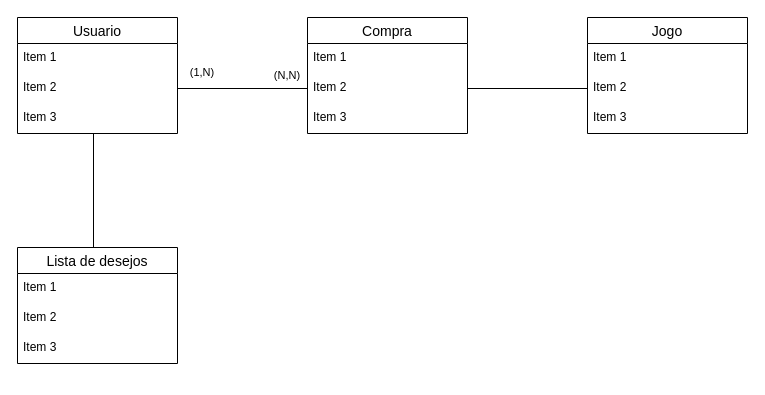
Earlier version of the draw.io diagram Diagrama de Relacionamento.drawio (JudilenaGalvao/API_Lojas_de_Jogos_Back). Source tidied: cells renumbered, new cells numbered last; positions are measured from the earlier drawing's top-left corner, leaving out a move shared by most shapes. Both pictures are drawn from the tidied source at 100%, with x=0, y=0 at pixel (17, 17).
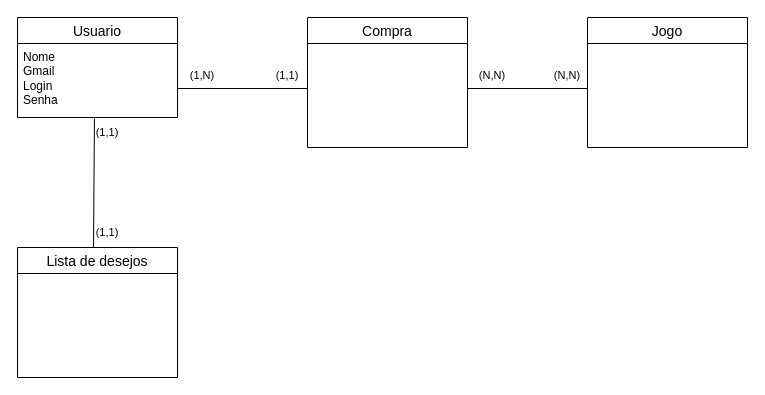
After the change.

What changed in the source:
```diff
@@
     <mxCell id="2" value="Jogo" style="swimlane;fontStyle=0;horizontal=1;startSize=26;align=center;fontSize=14;" parent="1" vertex="1">
-      <mxGeometry x="570" width="160" height="116" as="geometry" />
+      <mxGeometry x="570" width="160" height="130" as="geometry" />
     </mxCell>
-    <mxCell id="3" value="Item 1" style="text;strokeColor=none;fillColor=none;spacingLeft=4;spacingRight=4;overflow=hidden;fontSize=12;whiteSpace=wrap;html=1;" parent="2" vertex="1">
-      <mxGeometry y="26" width="160" height="30" as="geometry" />
-    </mxCell>
-    <mxCell id="4" value="Item 2" style="text;strokeColor=none;fillColor=none;spacingLeft=4;spacingRight=4;overflow=hidden;points=[[0,0.5],[1,0.5]];portConstraint=eastwest;fontSize=12;whiteSpace=wrap;html=1;" parent="2" vertex="1">
-      <mxGeometry y="56" width="160" height="30" as="geometry" />
-    </mxCell>
-    <mxCell id="5" value="Item 3" style="text;strokeColor=none;fillColor=none;spacingLeft=4;spacingRight=4;overflow=hidden;fontSize=12;whiteSpace=wrap;html=1;" parent="2" vertex="1">
-      <mxGeometry y="86" width="160" height="30" as="geometry" />
-    </mxCell>
     <mxCell id="6" value="Compra" style="swimlane;fontStyle=0;horizontal=1;startSize=26;align=center;fontSize=14;" parent="1" vertex="1">
-      <mxGeometry x="290" width="160" height="116" as="geometry" />
+      <mxGeometry x="290" width="160" height="130" as="geometry" />
     </mxCell>
-    <mxCell id="7" value="Item 1" style="text;strokeColor=none;fillColor=none;spacingLeft=4;spacingRight=4;overflow=hidden;fontSize=12;whiteSpace=wrap;html=1;" parent="6" vertex="1">
-      <mxGeometry y="26" width="160" height="30" as="geometry" />
-    </mxCell>
-    <mxCell id="8" value="Item 2" style="text;strokeColor=none;fillColor=none;spacingLeft=4;spacingRight=4;overflow=hidden;points=[[0,0.5],[1,0.5]];portConstraint=eastwest;fontSize=12;whiteSpace=wrap;html=1;" parent="6" vertex="1">
-      <mxGeometry y="56" width="160" height="30" as="geometry" />
-    </mxCell>
-    <mxCell id="9" value="Item 3" style="text;strokeColor=none;fillColor=none;spacingLeft=4;spacingRight=4;overflow=hidden;fontSize=12;whiteSpace=wrap;html=1;" parent="6" vertex="1">
-      <mxGeometry y="86" width="160" height="30" as="geometry" />
-    </mxCell>
     <mxCell id="10" value="Usuario" style="swimlane;fontStyle=0;horizontal=1;startSize=26;align=center;fontSize=14;" parent="1" vertex="1">
-      <mxGeometry width="160" height="116" as="geometry" />
+      <mxGeometry width="160" height="100" as="geometry" />
     </mxCell>
-    <mxCell id="11" value="Item 1" style="text;strokeColor=none;fillColor=none;spacingLeft=4;spacingRight=4;overflow=hidden;points=[[0,0.5],[1,0.5]];portConstraint=eastwest;fontSize=12;whiteSpace=wrap;html=1;" parent="10" vertex="1">
-      <mxGeometry y="26" width="160" height="30" as="geometry" />
+    <mxCell id="11" value="Nome&lt;br&gt;Gmail&lt;br&gt;Login&lt;br&gt;Senha" style="text;strokeColor=none;fillColor=none;spacingLeft=4;spacingRight=4;overflow=hidden;points=[[0,0.5],[1,0.5]];portConstraint=eastwest;fontSize=12;whiteSpace=wrap;html=1;" parent="10" vertex="1">
+      <mxGeometry y="26" width="160" height="74" as="geometry" />
     </mxCell>
-    <mxCell id="12" value="Item 2" style="text;strokeColor=none;fillColor=none;spacingLeft=4;spacingRight=4;overflow=hidden;points=[[0,0.5],[1,0.5]];portConstraint=eastwest;fontSize=12;whiteSpace=wrap;html=1;" parent="10" vertex="1">
-      <mxGeometry y="56" width="160" height="30" as="geometry" />
-    </mxCell>
-    <mxCell id="13" value="Item 3" style="text;strokeColor=none;fillColor=none;spacingLeft=4;spacingRight=4;overflow=hidden;points=[[0,0.5],[1,0.5]];portConstraint=eastwest;fontSize=12;whiteSpace=wrap;html=1;" parent="10" vertex="1">
-      <mxGeometry y="86" width="160" height="30" as="geometry" />
-    </mxCell>
-    <mxCell id="14" style="edgeStyle=orthogonalEdgeStyle;shape=connector;rounded=0;jettySize=auto;html=1;exitX=0.5;exitY=0;exitDx=0;exitDy=0;labelBackgroundColor=default;strokeColor=default;fontFamily=Helvetica;fontSize=11;fontColor=default;endArrow=none;endFill=0;" parent="1" edge="1" source="15" target="13">
+    <mxCell id="14" style="edgeStyle=orthogonalEdgeStyle;shape=connector;rounded=0;jettySize=auto;html=1;exitX=0.5;exitY=0;exitDx=0;exitDy=0;labelBackgroundColor=default;strokeColor=default;fontFamily=Helvetica;fontSize=11;fontColor=default;endArrow=none;endFill=0;entryX=0.481;entryY=1.014;entryDx=0;entryDy=0;entryPerimeter=0;" parent="1" edge="1" source="15" target="11">
       <mxGeometry relative="1" as="geometry">
         <Array as="points">
           <mxPoint x="76" y="230" />
         </Array>
       </mxGeometry>
     </mxCell>
     <mxCell id="15" value="Lista de desejos" style="swimlane;fontStyle=0;horizontal=1;startSize=26;align=center;fontSize=14;" parent="1" vertex="1">
-      <mxGeometry y="230" width="160" height="116" as="geometry" />
+      <mxGeometry y="230" width="160" height="130" as="geometry" />
     </mxCell>
-    <mxCell id="16" value="Item 1" style="text;strokeColor=none;fillColor=none;spacingLeft=4;spacingRight=4;overflow=hidden;fontSize=12;whiteSpace=wrap;html=1;" parent="15" vertex="1">
-      <mxGeometry y="26" width="160" height="30" as="geometry" />
-    </mxCell>
-    <mxCell id="17" value="Item 2" style="text;strokeColor=none;fillColor=none;spacingLeft=4;spacingRight=4;overflow=hidden;fontSize=12;whiteSpace=wrap;html=1;" parent="15" vertex="1">
-      <mxGeometry y="56" width="160" height="30" as="geometry" />
-    </mxCell>
-    <mxCell id="18" value="Item 3" style="text;strokeColor=none;fillColor=none;spacingLeft=4;spacingRight=4;overflow=hidden;fontSize=12;whiteSpace=wrap;html=1;" parent="15" vertex="1">
-      <mxGeometry y="86" width="160" height="30" as="geometry" />
-    </mxCell>
-    <mxCell id="19" style="edgeStyle=orthogonalEdgeStyle;rounded=0;jettySize=auto;html=1;exitX=1;exitY=0.5;exitDx=0;exitDy=0;entryX=0;entryY=0.5;entryDx=0;entryDy=0;endArrow=none;endFill=0;" parent="1" edge="1" source="12" target="8">
-      <mxGeometry relative="1" as="geometry" />
+    <mxCell id="19" style="edgeStyle=orthogonalEdgeStyle;rounded=0;orthogonalLoop=1;jettySize=auto;html=1;exitX=1;exitY=0.5;exitDx=0;exitDy=0;entryX=0;entryY=0.5;entryDx=0;entryDy=0;endArrow=none;endFill=0;" parent="1" edge="1">
+      <mxGeometry relative="1" as="geometry">
+        <mxPoint x="160" y="71" as="sourcePoint" />
+        <mxPoint x="290" y="71" as="targetPoint" />
+      </mxGeometry>
     </mxCell>
-    <mxCell id="20" style="edgeStyle=orthogonalEdgeStyle;shape=connector;rounded=0;jettySize=auto;html=1;exitX=1;exitY=0.5;exitDx=0;exitDy=0;labelBackgroundColor=default;strokeColor=default;fontFamily=Helvetica;fontSize=11;fontColor=default;endArrow=none;endFill=0;" parent="1" edge="1" source="8" target="4">
-      <mxGeometry relative="1" as="geometry" />
+    <mxCell id="20" style="edgeStyle=orthogonalEdgeStyle;shape=connector;rounded=0;orthogonalLoop=1;jettySize=auto;html=1;exitX=1;exitY=0.5;exitDx=0;exitDy=0;labelBackgroundColor=default;strokeColor=default;fontFamily=Helvetica;fontSize=11;fontColor=default;endArrow=none;endFill=0;" parent="1" edge="1">
+      <mxGeometry relative="1" as="geometry">
+        <mxPoint x="450" y="71" as="sourcePoint" />
+        <mxPoint x="570" y="71" as="targetPoint" />
+      </mxGeometry>
     </mxCell>
     <mxCell id="21" value="(1,N)" style="text;html=1;strokeColor=none;fillColor=none;align=center;verticalAlign=middle;whiteSpace=wrap;rounded=0;fontSize=11;fontFamily=Helvetica;fontColor=default;" parent="1" vertex="1">
-      <mxGeometry x="140" y="20" width="90" height="70" as="geometry" />
+      <mxGeometry x="140" y="23" width="90" height="70" as="geometry" />
     </mxCell>
-    <mxCell id="22" value="(N,N)" style="text;html=1;strokeColor=none;fillColor=none;align=center;verticalAlign=middle;whiteSpace=wrap;rounded=0;fontSize=11;fontFamily=Helvetica;fontColor=default;" parent="1" vertex="1">
+    <mxCell id="22" value="(1,1)" style="text;html=1;strokeColor=none;fillColor=none;align=center;verticalAlign=middle;whiteSpace=wrap;rounded=0;fontSize=11;fontFamily=Helvetica;fontColor=default;" parent="1" vertex="1">
       <mxGeometry x="230" y="33" width="80" height="50" as="geometry" />
     </mxCell>
+    <mxCell id="23" value="(N,N)" style="text;html=1;strokeColor=none;fillColor=none;align=center;verticalAlign=middle;whiteSpace=wrap;rounded=0;fontSize=11;fontFamily=Helvetica;fontColor=default;" parent="1" vertex="1">
+      <mxGeometry x="430" y="43" width="90" height="30" as="geometry" />
+    </mxCell>
+    <mxCell id="24" value="(N,N)" style="text;html=1;strokeColor=none;fillColor=none;align=center;verticalAlign=middle;whiteSpace=wrap;rounded=0;fontSize=11;fontFamily=Helvetica;fontColor=default;" parent="1" vertex="1">
+      <mxGeometry x="510" y="43" width="80" height="30" as="geometry" />
+    </mxCell>
+    <mxCell id="25" value="(1,1)" style="text;html=1;strokeColor=none;fillColor=none;align=center;verticalAlign=middle;whiteSpace=wrap;rounded=0;fontSize=11;fontFamily=Helvetica;fontColor=default;" parent="1" vertex="1">
+      <mxGeometry x="60" y="200" width="60" height="30" as="geometry" />
+    </mxCell>
+    <mxCell id="26" value="(1,1)" style="text;html=1;strokeColor=none;fillColor=none;align=center;verticalAlign=middle;whiteSpace=wrap;rounded=0;fontSize=11;fontFamily=Helvetica;fontColor=default;" parent="1" vertex="1">
+      <mxGeometry x="60" y="100" width="60" height="30" as="geometry" />
+    </mxCell>
```
